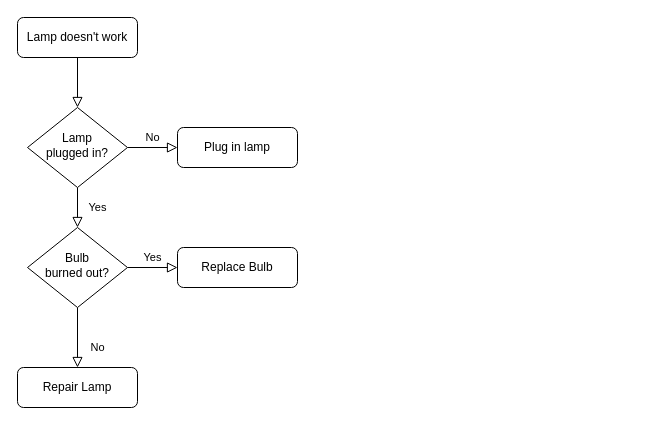
Above: flow.drawio in bio426/monchisss (draw.io), before the change. Source tidied: cells renumbered, new cells numbered last; positions are measured from the earlier drawing's top-left corner, leaving out a move shared by most shapes. Both pictures are drawn from the tidied source at 100%, with x=0, y=0 at pixel (17, 17).
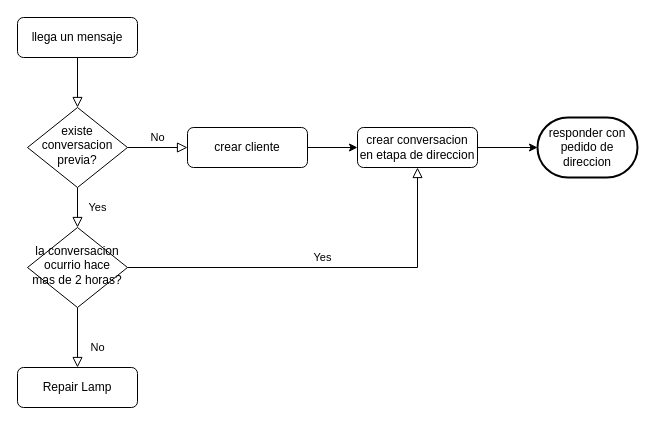
Above is the later version.

Change to the diagram source:
```diff
@@
 <mxGraphModel>
   <root>
     <mxCell id="0" />
     <mxCell id="1" parent="0" />
     <mxCell id="2" style="rounded=0;html=1;jettySize=auto;fontSize=11;endArrow=block;endFill=0;endSize=8;strokeWidth=1;shadow=0;labelBackgroundColor=none;edgeStyle=orthogonalEdgeStyle;" parent="1" edge="1" source="3" target="6">
       <mxGeometry relative="1" as="geometry" />
     </mxCell>
-    <mxCell id="3" value="Lamp doesn't work" style="rounded=1;whiteSpace=wrap;html=1;fontSize=12;glass=0;strokeWidth=1;shadow=0;" parent="1" vertex="1">
+    <mxCell id="3" value="llega un mensaje" style="rounded=1;whiteSpace=wrap;html=1;fontSize=12;glass=0;strokeWidth=1;shadow=0;" parent="1" vertex="1">
       <mxGeometry width="120" height="40" as="geometry" />
     </mxCell>
     <mxCell id="4" value="Yes" style="rounded=0;html=1;jettySize=auto;fontSize=11;endArrow=block;endFill=0;endSize=8;strokeWidth=1;shadow=0;labelBackgroundColor=none;edgeStyle=orthogonalEdgeStyle;" parent="1" edge="1" source="6" target="10">
       <mxGeometry y="20" relative="1" as="geometry" />
     </mxCell>
     <mxCell id="5" value="No" style="edgeStyle=orthogonalEdgeStyle;rounded=0;html=1;jettySize=auto;fontSize=11;endArrow=block;endFill=0;endSize=8;strokeWidth=1;shadow=0;labelBackgroundColor=none;" parent="1" edge="1" source="6" target="7">
       <mxGeometry y="10" relative="1" as="geometry" />
     </mxCell>
-    <mxCell id="6" value="Lamp&lt;br&gt;plugged in?" style="rhombus;whiteSpace=wrap;html=1;shadow=0;fontFamily=Helvetica;fontSize=12;align=center;strokeWidth=1;spacing=6;spacingTop=-4;" parent="1" vertex="1">
+    <mxCell id="6" value="existe conversacion previa?" style="rhombus;whiteSpace=wrap;html=1;shadow=0;fontFamily=Helvetica;fontSize=12;align=center;strokeWidth=1;spacing=6;spacingTop=-4;" parent="1" vertex="1">
       <mxGeometry x="10" y="90" width="100" height="80" as="geometry" />
     </mxCell>
+    <mxCell id="13" style="edgeStyle=orthogonalEdgeStyle;rounded=0;jettySize=auto;html=1;entryX=0;entryY=0.5;entryDx=0;entryDy=0;" parent="1" edge="1" source="7" target="14">
+      <mxGeometry relative="1" as="geometry" />
+    </mxCell>
-    <mxCell id="7" value="Plug in lamp" style="rounded=1;whiteSpace=wrap;html=1;fontSize=12;glass=0;strokeWidth=1;shadow=0;" parent="1" vertex="1">
-      <mxGeometry x="160" y="110" width="120" height="40" as="geometry" />
+    <mxCell id="7" value="crear cliente" style="rounded=1;whiteSpace=wrap;html=1;fontSize=12;glass=0;strokeWidth=1;shadow=0;" parent="1" vertex="1">
+      <mxGeometry x="170" y="110" width="120" height="40" as="geometry" />
     </mxCell>
     <mxCell id="8" value="No" style="rounded=0;html=1;jettySize=auto;fontSize=11;endArrow=block;endFill=0;endSize=8;strokeWidth=1;shadow=0;labelBackgroundColor=none;edgeStyle=orthogonalEdgeStyle;" parent="1" edge="1" source="10" target="11">
       <mxGeometry x="0.33" y="20" relative="1" as="geometry" />
     </mxCell>
-    <mxCell id="9" value="Yes" style="edgeStyle=orthogonalEdgeStyle;rounded=0;html=1;jettySize=auto;fontSize=11;endArrow=block;endFill=0;endSize=8;strokeWidth=1;shadow=0;labelBackgroundColor=none;" parent="1" edge="1" source="10" target="12">
+    <mxCell id="9" value="Yes" style="edgeStyle=orthogonalEdgeStyle;rounded=0;html=1;jettySize=auto;fontSize=11;endArrow=block;endFill=0;endSize=8;strokeWidth=1;shadow=0;labelBackgroundColor=none;entryX=0.5;entryY=1;entryDx=0;entryDy=0;" parent="1" edge="1" source="10" target="14">
       <mxGeometry y="10" relative="1" as="geometry" />
     </mxCell>
-    <mxCell id="10" value="Bulb&lt;br&gt;burned out?" style="rhombus;whiteSpace=wrap;html=1;shadow=0;fontFamily=Helvetica;fontSize=12;align=center;strokeWidth=1;spacing=6;spacingTop=-4;" parent="1" vertex="1">
+    <mxCell id="10" value="la conversacion ocurrio hace mas de 2 horas?" style="rhombus;whiteSpace=wrap;html=1;shadow=0;fontFamily=Helvetica;fontSize=12;align=center;strokeWidth=1;spacing=6;spacingTop=-4;" parent="1" vertex="1">
       <mxGeometry x="10" y="210" width="100" height="80" as="geometry" />
     </mxCell>
     <mxCell id="11" value="Repair Lamp" style="rounded=1;whiteSpace=wrap;html=1;fontSize=12;glass=0;strokeWidth=1;shadow=0;" parent="1" vertex="1">
       <mxGeometry y="350" width="120" height="40" as="geometry" />
     </mxCell>
-    <mxCell id="12" value="Replace Bulb" style="rounded=1;whiteSpace=wrap;html=1;fontSize=12;glass=0;strokeWidth=1;shadow=0;" parent="1" vertex="1">
-      <mxGeometry x="160" y="230" width="120" height="40" as="geometry" />
-    </mxCell>
+    <mxCell id="14" value="crear conversacion en etapa de direccion" style="rounded=1;whiteSpace=wrap;html=1;fontSize=12;glass=0;strokeWidth=1;shadow=0;" parent="1" vertex="1">
+      <mxGeometry x="340" y="110" width="120" height="40" as="geometry" />
+    </mxCell>
+    <mxCell id="15" value="responder con pedido de direccion" style="strokeWidth=2;html=1;shape=mxgraph.flowchart.terminator;whiteSpace=wrap;" parent="1" vertex="1">
+      <mxGeometry x="520" y="100" width="100" height="60" as="geometry" />
+    </mxCell>
+    <mxCell id="16" style="edgeStyle=orthogonalEdgeStyle;rounded=0;jettySize=auto;html=1;entryX=0;entryY=0.5;entryDx=0;entryDy=0;entryPerimeter=0;" parent="1" edge="1" source="14" target="15">
+      <mxGeometry relative="1" as="geometry" />
+    </mxCell>
   </root>
 </mxGraphModel>
```
